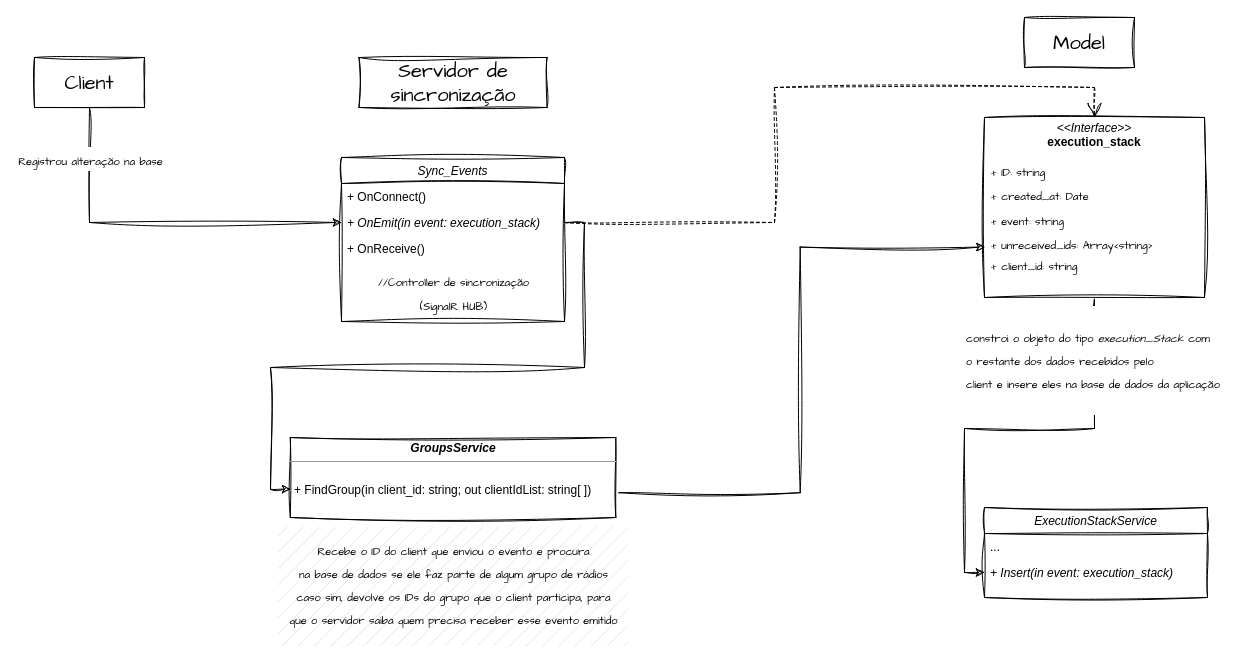
Above: page "Emissão de eventos" (2 of 3) of Pulsar Sync.drawio in Vusmonth/uml (draw.io), before the change. Source tidied: cells renumbered, new cells numbered last; positions are measured from the earlier drawing's top-left corner, leaving out a move shared by most shapes. Both pictures are drawn from the tidied source at 100%, with x=0, y=0 at pixel (34, 17).
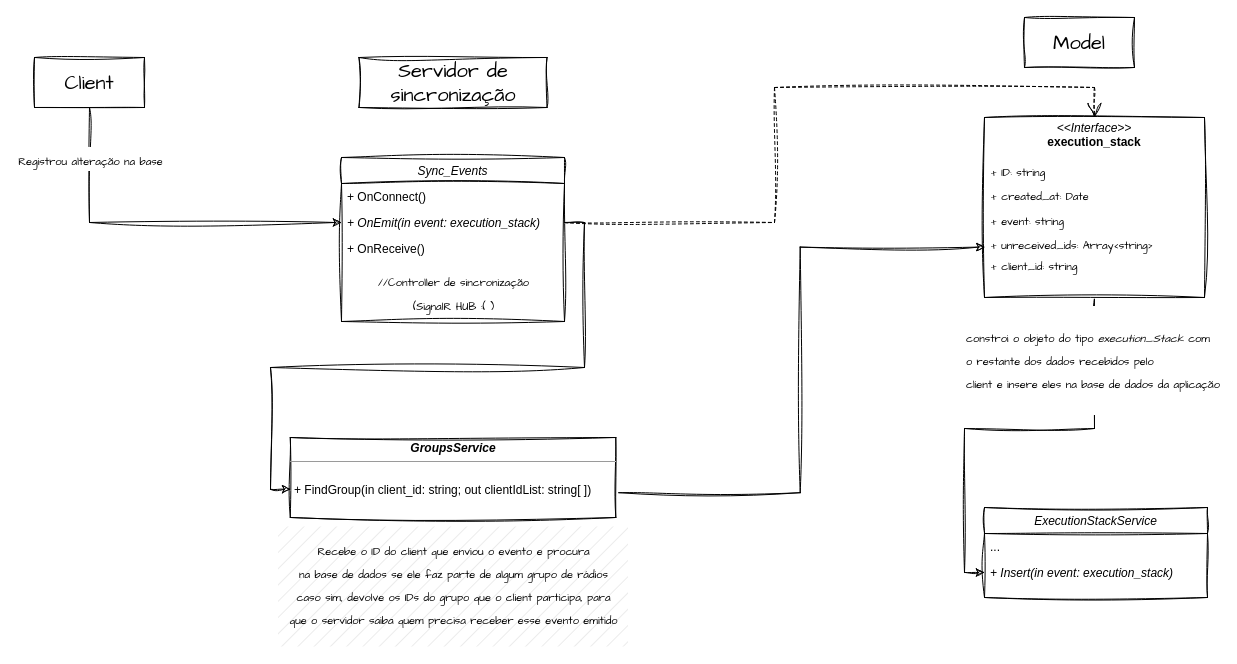
The same page after the edit.

The change refers to these unchanged cells:
```xml
<mxCell id="7" value="Sync_Events" style="swimlane;fontStyle=2;align=center;verticalAlign=top;horizontal=1;startSize=26;rounded=0;shadow=0;strokeWidth=1;sketch=1;curveFitting=1;jiggle=2;" parent="1" vertex="1">
  <mxGeometry x="307" y="140" width="223" height="164" as="geometry" />
</mxCell>
```

The edit, as a diff of the source:
```diff
@@
-    <mxCell id="11" value="&lt;font style=&quot;font-size: 11px;&quot;&gt;//Controller de sincronização&lt;br&gt;(SignalR HUB)&lt;/font&gt;" style="text;html=1;align=center;verticalAlign=middle;strokeColor=none;fillColor=none;fontSize=20;fontFamily=Architects Daughter;" parent="7" vertex="1">
+    <mxCell id="11" value="&lt;font style=&quot;font-size: 11px;&quot;&gt;//Controller de sincronização&lt;br&gt;(SignalR HUB :( )&lt;/font&gt;" style="text;html=1;align=center;verticalAlign=middle;strokeColor=none;fillColor=none;fontSize=20;fontFamily=Architects Daughter;" parent="7" vertex="1">
       <mxGeometry y="104" width="223" height="60" as="geometry" />
     </mxCell>
```
